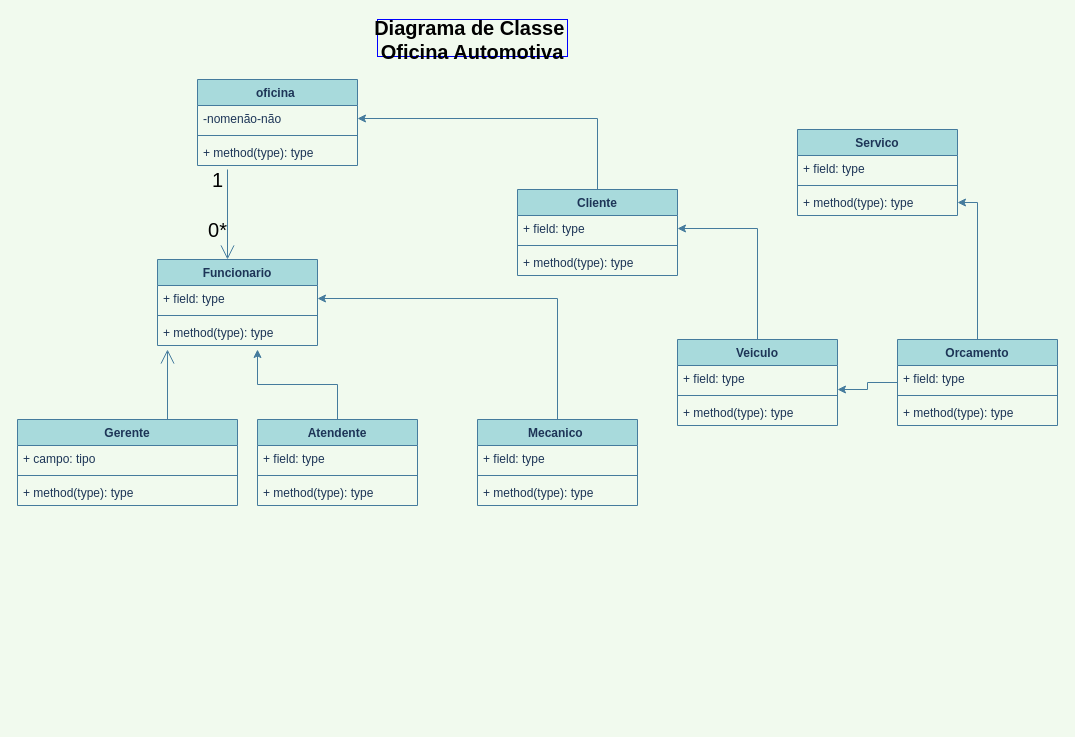
Earlier version of the draw.io diagram diagrama CRM Automotivo.drawio (Jcblustosa/crm-auto). Source tidied: cells renumbered, new cells numbered last; positions are measured from the earlier drawing's top-left corner, leaving out a move shared by most shapes. Both pictures are drawn from the tidied source at 100%, with x=0, y=0 at pixel (17, 19).
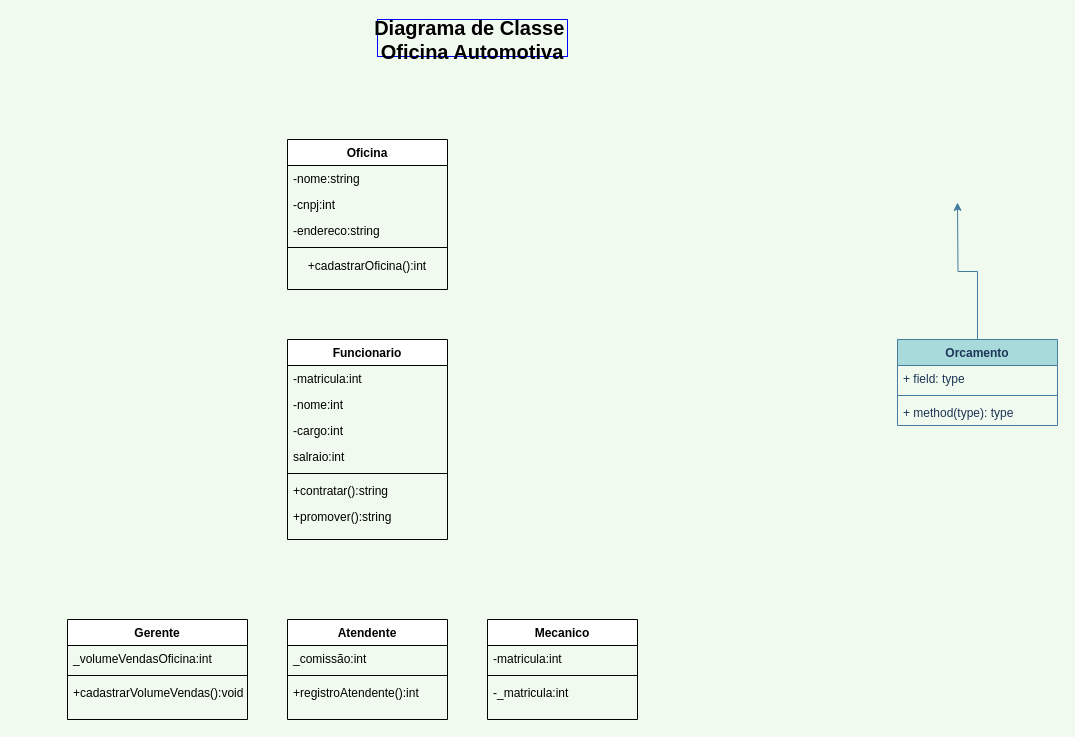
After the change.

Unchanged cells that the change refers to:
```xml
<mxCell id="43" value="Orcamento" style="swimlane;fontStyle=1;align=center;verticalAlign=top;horizontal=1;startSize=26;fillColor=#A8DADC;strokeColor=#457B9D;fontColor=#1D3557;" parent="1" vertex="1">
  <mxGeometry x="880" y="320" width="160" height="86" as="geometry" />
</mxCell>
```

The edit, as a diff of the source:
```diff
@@
-    <mxCell id="2" value="oficina " style="swimlane;fontStyle=1;align=center;verticalAlign=top;horizontal=1;startSize=26;fillColor=#A8DADC;strokeColor=#457B9D;fontColor=#1D3557;" parent="1" vertex="1">
-      <mxGeometry x="180" y="60" width="160" height="86" as="geometry" />
-    </mxCell>
-    <mxCell id="3" value="-nomenão-não" style="text;strokeColor=none;fillColor=none;align=left;verticalAlign=top;spacingLeft=4;spacingRight=4;overflow=hidden;points=[[0,0.5],[1,0.5]];portConstraint=eastwest;fontColor=#1D3557;" parent="2" vertex="1">
-      <mxGeometry y="26" width="160" height="26" as="geometry" />
-    </mxCell>
-    <mxCell id="4" style="line;strokeWidth=1;fillColor=none;align=left;verticalAlign=middle;spacingTop=-1;spacingLeft=3;spacingRight=3;labelPosition=right;labelBackgroundColor=#F1FAEE;strokeColor=#457B9D;fontColor=#1D3557;" parent="2" vertex="1">
-      <mxGeometry y="52" width="160" height="8" as="geometry" />
-    </mxCell>
-    <mxCell id="5" value="+ method(type): type" style="text;strokeColor=none;fillColor=none;align=left;verticalAlign=top;spacingLeft=4;spacingRight=4;overflow=hidden;fontColor=#1D3557;" parent="2" vertex="1">
-      <mxGeometry y="60" width="160" height="26" as="geometry" />
-    </mxCell>
-    <mxCell id="6" style="endArrow=open;endFill=1;endSize=12;html=1;rounded=0;labelBackgroundColor=#F1FAEE;strokeColor=#457B9D;fontColor=#1D3557;" parent="1" edge="1">
-      <mxGeometry relative="1" as="geometry">
-        <mxPoint x="210" y="150" as="sourcePoint" />
-        <mxPoint x="210" y="240" as="targetPoint" />
-      </mxGeometry>
-    </mxCell>
-    <mxCell id="7" value="Funcionario" style="swimlane;fontStyle=1;align=center;verticalAlign=top;horizontal=1;startSize=26;fillColor=#A8DADC;strokeColor=#457B9D;fontColor=#1D3557;" parent="1" vertex="1">
-      <mxGeometry x="140" y="240" width="160" height="86" as="geometry" />
-    </mxCell>
-    <mxCell id="8" value="+ field: type" style="text;strokeColor=none;fillColor=none;align=left;verticalAlign=top;spacingLeft=4;spacingRight=4;overflow=hidden;points=[[0,0.5],[1,0.5]];portConstraint=eastwest;fontColor=#1D3557;" parent="7" vertex="1">
-      <mxGeometry y="26" width="160" height="26" as="geometry" />
-    </mxCell>
-    <mxCell id="9" style="line;strokeWidth=1;fillColor=none;align=left;verticalAlign=middle;spacingTop=-1;spacingLeft=3;spacingRight=3;labelPosition=right;labelBackgroundColor=#F1FAEE;strokeColor=#457B9D;fontColor=#1D3557;" parent="7" vertex="1">
-      <mxGeometry y="52" width="160" height="8" as="geometry" />
-    </mxCell>
-    <mxCell id="10" value="+ method(type): type" style="text;strokeColor=none;fillColor=none;align=left;verticalAlign=top;spacingLeft=4;spacingRight=4;overflow=hidden;fontColor=#1D3557;" parent="7" vertex="1">
-      <mxGeometry y="60" width="160" height="26" as="geometry" />
-    </mxCell>
-    <mxCell id="11" style="edgeStyle=orthogonalEdgeStyle;rounded=0;orthogonalLoop=1;jettySize=auto;html=1;exitX=1;exitY=0.5;exitDx=0;exitDy=0;labelBackgroundColor=#F1FAEE;strokeColor=#457B9D;fontColor=#1D3557;" parent="7" edge="1" source="8" target="8">
-      <mxGeometry relative="1" as="geometry" />
-    </mxCell>
-    <mxCell id="12" style="endArrow=open;endFill=1;endSize=12;html=1;rounded=0;labelBackgroundColor=#F1FAEE;strokeColor=#457B9D;fontColor=#1D3557;" parent="1" edge="1">
-      <mxGeometry relative="1" as="geometry">
-        <mxPoint x="150" y="400" as="sourcePoint" />
-        <mxPoint x="150" y="330" as="targetPoint" />
-      </mxGeometry>
-    </mxCell>
-    <mxCell id="13" value="Gerente" style="swimlane;fontStyle=1;align=center;verticalAlign=top;horizontal=1;startSize=26;fillColor=#A8DADC;strokeColor=#457B9D;fontColor=#1D3557;" parent="1" vertex="1">
-      <mxGeometry y="400" width="220" height="86" as="geometry" />
-    </mxCell>
-    <mxCell id="14" value="+ campo: tipo" style="text;strokeColor=none;fillColor=none;align=left;verticalAlign=top;spacingLeft=4;spacingRight=4;overflow=hidden;fontColor=#1D3557;" parent="13" vertex="1">
-      <mxGeometry y="26" width="220" height="26" as="geometry" />
-    </mxCell>
-    <mxCell id="15" style="line;strokeWidth=1;fillColor=none;align=left;verticalAlign=middle;spacingTop=-1;spacingLeft=3;spacingRight=3;labelPosition=right;labelBackgroundColor=#F1FAEE;strokeColor=#457B9D;fontColor=#1D3557;" parent="13" vertex="1">
-      <mxGeometry y="52" width="220" height="8" as="geometry" />
-    </mxCell>
-    <mxCell id="16" value="+ method(type): type" style="text;strokeColor=none;fillColor=none;align=left;verticalAlign=top;spacingLeft=4;spacingRight=4;overflow=hidden;fontColor=#1D3557;" parent="13" vertex="1">
-      <mxGeometry y="60" width="220" height="26" as="geometry" />
-    </mxCell>
-    <mxCell id="17" style="edgeStyle=orthogonalEdgeStyle;rounded=0;jettySize=auto;html=1;labelBackgroundColor=#F1FAEE;strokeColor=#457B9D;fontColor=#1D3557;" parent="1" edge="1" source="18">
-      <mxGeometry relative="1" as="geometry">
-        <mxPoint x="240" y="330" as="targetPoint" />
-        <Array as="points">
-          <mxPoint x="320" y="365" />
-          <mxPoint x="240" y="365" />
-        </Array>
-      </mxGeometry>
-    </mxCell>
-    <mxCell id="18" value="Atendente" style="swimlane;fontStyle=1;align=center;verticalAlign=top;horizontal=1;startSize=26;fillColor=#A8DADC;strokeColor=#457B9D;fontColor=#1D3557;" parent="1" vertex="1">
-      <mxGeometry x="240" y="400" width="160" height="86" as="geometry" />
-    </mxCell>
-    <mxCell id="19" value="+ field: type" style="text;strokeColor=none;fillColor=none;align=left;verticalAlign=top;spacingLeft=4;spacingRight=4;overflow=hidden;fontColor=#1D3557;" parent="18" vertex="1">
-      <mxGeometry y="26" width="160" height="26" as="geometry" />
-    </mxCell>
-    <mxCell id="20" style="line;strokeWidth=1;fillColor=none;align=left;verticalAlign=middle;spacingTop=-1;spacingLeft=3;spacingRight=3;labelPosition=right;labelBackgroundColor=#F1FAEE;strokeColor=#457B9D;fontColor=#1D3557;" parent="18" vertex="1">
-      <mxGeometry y="52" width="160" height="8" as="geometry" />
-    </mxCell>
-    <mxCell id="21" value="+ method(type): type" style="text;strokeColor=none;fillColor=none;align=left;verticalAlign=top;spacingLeft=4;spacingRight=4;overflow=hidden;fontColor=#1D3557;" parent="18" vertex="1">
-      <mxGeometry y="60" width="160" height="26" as="geometry" />
-    </mxCell>
-    <mxCell id="22" style="edgeStyle=orthogonalEdgeStyle;rounded=0;jettySize=auto;html=1;entryX=1;entryY=0.5;entryDx=0;entryDy=0;labelBackgroundColor=#F1FAEE;strokeColor=#457B9D;fontColor=#1D3557;" parent="1" edge="1" source="23" target="8">
-      <mxGeometry relative="1" as="geometry" />
-    </mxCell>
-    <mxCell id="23" value="Mecanico " style="swimlane;fontStyle=1;align=center;verticalAlign=top;horizontal=1;startSize=26;fillColor=#A8DADC;strokeColor=#457B9D;fontColor=#1D3557;" parent="1" vertex="1">
-      <mxGeometry x="460" y="400" width="160" height="86" as="geometry" />
-    </mxCell>
-    <mxCell id="24" value="+ field: type" style="text;strokeColor=none;fillColor=none;align=left;verticalAlign=top;spacingLeft=4;spacingRight=4;overflow=hidden;fontColor=#1D3557;" parent="23" vertex="1">
-      <mxGeometry y="26" width="160" height="26" as="geometry" />
-    </mxCell>
-    <mxCell id="25" style="line;strokeWidth=1;fillColor=none;align=left;verticalAlign=middle;spacingTop=-1;spacingLeft=3;spacingRight=3;labelPosition=right;labelBackgroundColor=#F1FAEE;strokeColor=#457B9D;fontColor=#1D3557;" parent="23" vertex="1">
-      <mxGeometry y="52" width="160" height="8" as="geometry" />
-    </mxCell>
-    <mxCell id="26" value="+ method(type): type" style="text;strokeColor=none;fillColor=none;align=left;verticalAlign=top;spacingLeft=4;spacingRight=4;overflow=hidden;fontColor=#1D3557;" parent="23" vertex="1">
-      <mxGeometry y="60" width="160" height="26" as="geometry" />
-    </mxCell>
-    <mxCell id="27" style="edgeStyle=orthogonalEdgeStyle;rounded=0;jettySize=auto;html=1;labelBackgroundColor=#F1FAEE;strokeColor=#457B9D;fontColor=#1D3557;" parent="1" edge="1" source="28" target="3">
-      <mxGeometry relative="1" as="geometry" />
-    </mxCell>
-    <mxCell id="28" value="Cliente" style="swimlane;fontStyle=1;align=center;verticalAlign=top;horizontal=1;startSize=26;fillColor=#A8DADC;strokeColor=#457B9D;fontColor=#1D3557;" parent="1" vertex="1">
-      <mxGeometry x="500" y="170" width="160" height="86" as="geometry" />
-    </mxCell>
-    <mxCell id="29" value="+ field: type" style="text;strokeColor=none;fillColor=none;align=left;verticalAlign=top;spacingLeft=4;spacingRight=4;overflow=hidden;points=[[0,0.5],[1,0.5]];portConstraint=eastwest;fontColor=#1D3557;" parent="28" vertex="1">
-      <mxGeometry y="26" width="160" height="26" as="geometry" />
-    </mxCell>
-    <mxCell id="30" style="line;strokeWidth=1;fillColor=none;align=left;verticalAlign=middle;spacingTop=-1;spacingLeft=3;spacingRight=3;labelPosition=right;labelBackgroundColor=#F1FAEE;strokeColor=#457B9D;fontColor=#1D3557;" parent="28" vertex="1">
-      <mxGeometry y="52" width="160" height="8" as="geometry" />
-    </mxCell>
-    <mxCell id="31" value="+ method(type): type" style="text;strokeColor=none;fillColor=none;align=left;verticalAlign=top;spacingLeft=4;spacingRight=4;overflow=hidden;fontColor=#1D3557;" parent="28" vertex="1">
-      <mxGeometry y="60" width="160" height="26" as="geometry" />
-    </mxCell>
-    <mxCell id="32" style="edgeStyle=orthogonalEdgeStyle;rounded=0;jettySize=auto;html=1;entryX=1;entryY=0.5;entryDx=0;entryDy=0;labelBackgroundColor=#F1FAEE;strokeColor=#457B9D;fontColor=#1D3557;" parent="1" edge="1" source="33" target="29">
-      <mxGeometry relative="1" as="geometry" />
-    </mxCell>
-    <mxCell id="33" value="Veiculo" style="swimlane;fontStyle=1;align=center;verticalAlign=top;horizontal=1;startSize=26;fillColor=#A8DADC;strokeColor=#457B9D;fontColor=#1D3557;" parent="1" vertex="1">
-      <mxGeometry x="660" y="320" width="160" height="86" as="geometry" />
-    </mxCell>
-    <mxCell id="34" value="+ field: type" style="text;strokeColor=none;fillColor=none;align=left;verticalAlign=top;spacingLeft=4;spacingRight=4;overflow=hidden;points=[[0,0.5],[1,0.5]];portConstraint=eastwest;fontColor=#1D3557;" parent="33" vertex="1">
-      <mxGeometry y="26" width="160" height="26" as="geometry" />
-    </mxCell>
-    <mxCell id="35" style="line;strokeWidth=1;fillColor=none;align=left;verticalAlign=middle;spacingTop=-1;spacingLeft=3;spacingRight=3;labelPosition=right;labelBackgroundColor=#F1FAEE;strokeColor=#457B9D;fontColor=#1D3557;" parent="33" vertex="1">
-      <mxGeometry y="52" width="160" height="8" as="geometry" />
-    </mxCell>
-    <mxCell id="36" value="+ method(type): type" style="text;strokeColor=none;fillColor=none;align=left;verticalAlign=top;spacingLeft=4;spacingRight=4;overflow=hidden;fontColor=#1D3557;" parent="33" vertex="1">
-      <mxGeometry y="60" width="160" height="26" as="geometry" />
-    </mxCell>
-    <mxCell id="37" value="Servico" style="swimlane;fontStyle=1;align=center;verticalAlign=top;horizontal=1;startSize=26;fillColor=#A8DADC;strokeColor=#457B9D;fontColor=#1D3557;" parent="1" vertex="1">
-      <mxGeometry x="780" y="110" width="160" height="86" as="geometry" />
-    </mxCell>
-    <mxCell id="38" value="+ field: type" style="text;strokeColor=none;fillColor=none;align=left;verticalAlign=top;spacingLeft=4;spacingRight=4;overflow=hidden;fontColor=#1D3557;" parent="37" vertex="1">
-      <mxGeometry y="26" width="160" height="26" as="geometry" />
-    </mxCell>
-    <mxCell id="39" style="line;strokeWidth=1;fillColor=none;align=left;verticalAlign=middle;spacingTop=-1;spacingLeft=3;spacingRight=3;labelPosition=right;labelBackgroundColor=#F1FAEE;strokeColor=#457B9D;fontColor=#1D3557;" parent="37" vertex="1">
-      <mxGeometry y="52" width="160" height="8" as="geometry" />
-    </mxCell>
-    <mxCell id="40" value="+ method(type): type" style="text;strokeColor=none;fillColor=none;align=left;verticalAlign=top;spacingLeft=4;spacingRight=4;overflow=hidden;points=[[0,0.5],[1,0.5]];portConstraint=eastwest;fontColor=#1D3557;" parent="37" vertex="1">
-      <mxGeometry y="60" width="160" height="26" as="geometry" />
-    </mxCell>
-    <mxCell id="41" style="edgeStyle=orthogonalEdgeStyle;rounded=0;jettySize=auto;html=1;entryX=1;entryY=0.923;entryDx=0;entryDy=0;entryPerimeter=0;labelBackgroundColor=#F1FAEE;strokeColor=#457B9D;fontColor=#1D3557;" parent="1" edge="1" source="43" target="34">
-      <mxGeometry relative="1" as="geometry" />
-    </mxCell>
-    <mxCell id="42" style="edgeStyle=orthogonalEdgeStyle;rounded=0;jettySize=auto;html=1;labelBackgroundColor=#F1FAEE;strokeColor=#457B9D;fontColor=#1D3557;" parent="1" edge="1" source="43" target="40">
-      <mxGeometry relative="1" as="geometry" />
+    <mxCell id="42" style="edgeStyle=orthogonalEdgeStyle;rounded=0;jettySize=auto;html=1;labelBackgroundColor=#F1FAEE;strokeColor=#457B9D;fontColor=#1D3557;" parent="1" edge="1" source="43">
+      <mxGeometry relative="1" as="geometry">
+        <mxPoint x="940" y="183" as="targetPoint" />
+      </mxGeometry>
     </mxCell>
@@
-    <mxCell id="48" value="1" style="text;html=1;align=center;verticalAlign=middle;strokeColor=none;fillColor=none;fontSize=20;fontColor=#000000;" parent="1" vertex="1">
-      <mxGeometry x="185" y="145" width="30" height="30" as="geometry" />
-    </mxCell>
-    <mxCell id="49" value="0*" style="text;html=1;align=center;verticalAlign=middle;strokeColor=none;fillColor=none;fontSize=20;fontColor=#000000;" parent="1" vertex="1">
-      <mxGeometry x="185" y="195" width="30" height="30" as="geometry" />
-    </mxCell>
+    <mxCell id="50" value="Oficina" style="swimlane;fontStyle=1;align=center;verticalAlign=top;horizontal=1;startSize=26;rounded=0;shadow=0;strokeWidth=1;" parent="1" vertex="1">
+      <mxGeometry x="270" y="120" width="160" height="150" as="geometry" />
+    </mxCell>
+    <mxCell id="51" value="-nome:string" style="text;align=left;verticalAlign=top;spacingLeft=4;spacingRight=4;overflow=hidden;" parent="50" vertex="1">
+      <mxGeometry y="26" width="160" height="26" as="geometry" />
+    </mxCell>
+    <mxCell id="52" value="-cnpj:int" style="text;align=left;verticalAlign=top;spacingLeft=4;spacingRight=4;overflow=hidden;rounded=0;shadow=0;html=0;" parent="50" vertex="1">
+      <mxGeometry y="52" width="160" height="26" as="geometry" />
+    </mxCell>
+    <mxCell id="53" value="-endereco:string" style="text;align=left;verticalAlign=top;spacingLeft=4;spacingRight=4;overflow=hidden;rounded=0;shadow=0;html=0;" parent="50" vertex="1">
+      <mxGeometry y="78" width="160" height="26" as="geometry" />
+    </mxCell>
+    <mxCell id="54" style="line;html=1;strokeWidth=1;align=left;verticalAlign=middle;spacingTop=-1;spacingLeft=3;spacingRight=3;labelPosition=right;" parent="50" vertex="1">
+      <mxGeometry y="104" width="160" height="8" as="geometry" />
+    </mxCell>
+    <mxCell id="55" value="+cadastrarOficina():int" style="text;html=1;strokeColor=none;fillColor=none;align=center;verticalAlign=middle;whiteSpace=wrap;rounded=0;" parent="50" vertex="1">
+      <mxGeometry y="112" width="160" height="30" as="geometry" />
+    </mxCell>
+    <mxCell id="7" value="Funcionario" style="swimlane;fontStyle=1;align=center;verticalAlign=top;horizontal=1;startSize=26;rounded=0;shadow=0;strokeWidth=1;" parent="1" vertex="1">
+      <mxGeometry x="270" y="320" width="160" height="200" as="geometry" />
+    </mxCell>
+    <mxCell id="56" value="-matricula:int&#10;&#10;" style="text;align=left;verticalAlign=top;spacingLeft=4;spacingRight=4;overflow=hidden;" parent="7" vertex="1">
+      <mxGeometry y="26" width="160" height="26" as="geometry" />
+    </mxCell>
+    <mxCell id="57" value="-nome:int" style="text;align=left;verticalAlign=top;spacingLeft=4;spacingRight=4;overflow=hidden;rounded=0;shadow=0;html=0;" parent="7" vertex="1">
+      <mxGeometry y="52" width="160" height="26" as="geometry" />
+    </mxCell>
+    <mxCell id="58" value="-cargo:int" style="text;align=left;verticalAlign=top;spacingLeft=4;spacingRight=4;overflow=hidden;rounded=0;shadow=0;html=0;" parent="7" vertex="1">
+      <mxGeometry y="78" width="160" height="26" as="geometry" />
+    </mxCell>
+    <mxCell id="59" value="salraio:int" style="text;align=left;verticalAlign=top;spacingLeft=4;spacingRight=4;overflow=hidden;rounded=0;shadow=0;html=0;textDirection=ltr;" parent="7" vertex="1">
+      <mxGeometry y="104" width="160" height="26" as="geometry" />
+    </mxCell>
+    <mxCell id="60" style="line;html=1;strokeWidth=1;align=left;verticalAlign=middle;spacingTop=-1;spacingLeft=3;spacingRight=3;labelPosition=right;" parent="7" vertex="1">
+      <mxGeometry y="130" width="160" height="8" as="geometry" />
+    </mxCell>
+    <mxCell id="61" value="+contratar():string" style="text;align=left;verticalAlign=top;spacingLeft=4;spacingRight=4;overflow=hidden;" parent="7" vertex="1">
+      <mxGeometry y="138" width="160" height="26" as="geometry" />
+    </mxCell>
+    <mxCell id="62" value="+promover():string" style="text;align=left;verticalAlign=top;spacingLeft=4;spacingRight=4;overflow=hidden;" parent="7" vertex="1">
+      <mxGeometry y="164" width="160" height="26" as="geometry" />
+    </mxCell>
+    <mxCell id="13" value="Gerente" style="swimlane;fontStyle=1;align=center;verticalAlign=top;horizontal=1;startSize=26;rounded=0;shadow=0;strokeWidth=1;" parent="1" vertex="1">
+      <mxGeometry x="50" y="600" width="180" height="100" as="geometry" />
+    </mxCell>
+    <mxCell id="63" value="_volumeVendasOficina:int" style="text;align=left;verticalAlign=top;spacingLeft=4;spacingRight=4;overflow=hidden;" parent="13" vertex="1">
+      <mxGeometry y="26" width="180" height="26" as="geometry" />
+    </mxCell>
+    <mxCell id="64" style="line;html=1;strokeWidth=1;align=left;verticalAlign=middle;spacingTop=-1;spacingLeft=3;spacingRight=3;labelPosition=right;" parent="13" vertex="1">
+      <mxGeometry y="52" width="180" height="8" as="geometry" />
+    </mxCell>
+    <mxCell id="65" value="+cadastrarVolumeVendas():void" style="text;align=left;verticalAlign=top;spacingLeft=4;spacingRight=4;overflow=hidden;" parent="13" vertex="1">
+      <mxGeometry y="60" width="180" height="26" as="geometry" />
+    </mxCell>
+    <mxCell id="18" value="Atendente" style="swimlane;fontStyle=1;align=center;verticalAlign=top;horizontal=1;startSize=26;rounded=0;shadow=0;strokeWidth=1;" parent="1" vertex="1">
+      <mxGeometry x="270" y="600" width="160" height="100" as="geometry" />
+    </mxCell>
+    <mxCell id="66" value="_comissão:int" style="text;align=left;verticalAlign=top;spacingLeft=4;spacingRight=4;overflow=hidden;rounded=0;shadow=0;html=0;textDirection=ltr;" parent="18" vertex="1">
+      <mxGeometry y="26" width="160" height="26" as="geometry" />
+    </mxCell>
+    <mxCell id="67" style="line;html=1;strokeWidth=1;align=left;verticalAlign=middle;spacingTop=-1;spacingLeft=3;spacingRight=3;labelPosition=right;" parent="18" vertex="1">
+      <mxGeometry y="52" width="160" height="8" as="geometry" />
+    </mxCell>
+    <mxCell id="68" value="+registroAtendente():int" style="text;align=left;verticalAlign=top;spacingLeft=4;spacingRight=4;overflow=hidden;" parent="18" vertex="1">
+      <mxGeometry y="60" width="160" height="26" as="geometry" />
+    </mxCell>
+    <mxCell id="23" value="Mecanico" style="swimlane;fontStyle=1;align=center;verticalAlign=top;horizontal=1;startSize=26;rounded=0;shadow=0;strokeWidth=1;" parent="1" vertex="1">
+      <mxGeometry x="470" y="600" width="150" height="100" as="geometry" />
+    </mxCell>
+    <mxCell id="69" value="-matricula:int&#10;&#10;" style="text;align=left;verticalAlign=top;spacingLeft=4;spacingRight=4;overflow=hidden;" parent="23" vertex="1">
+      <mxGeometry y="26" width="150" height="26" as="geometry" />
+    </mxCell>
+    <mxCell id="70" style="line;html=1;strokeWidth=1;align=left;verticalAlign=middle;spacingTop=-1;spacingLeft=3;spacingRight=3;labelPosition=right;" parent="23" vertex="1">
+      <mxGeometry y="52" width="150" height="8" as="geometry" />
+    </mxCell>
+    <mxCell id="71" value="-_matricula:int" style="text;align=left;verticalAlign=top;spacingLeft=4;spacingRight=4;overflow=hidden;" parent="23" vertex="1">
+      <mxGeometry y="60" width="150" height="26" as="geometry" />
+    </mxCell>
```
